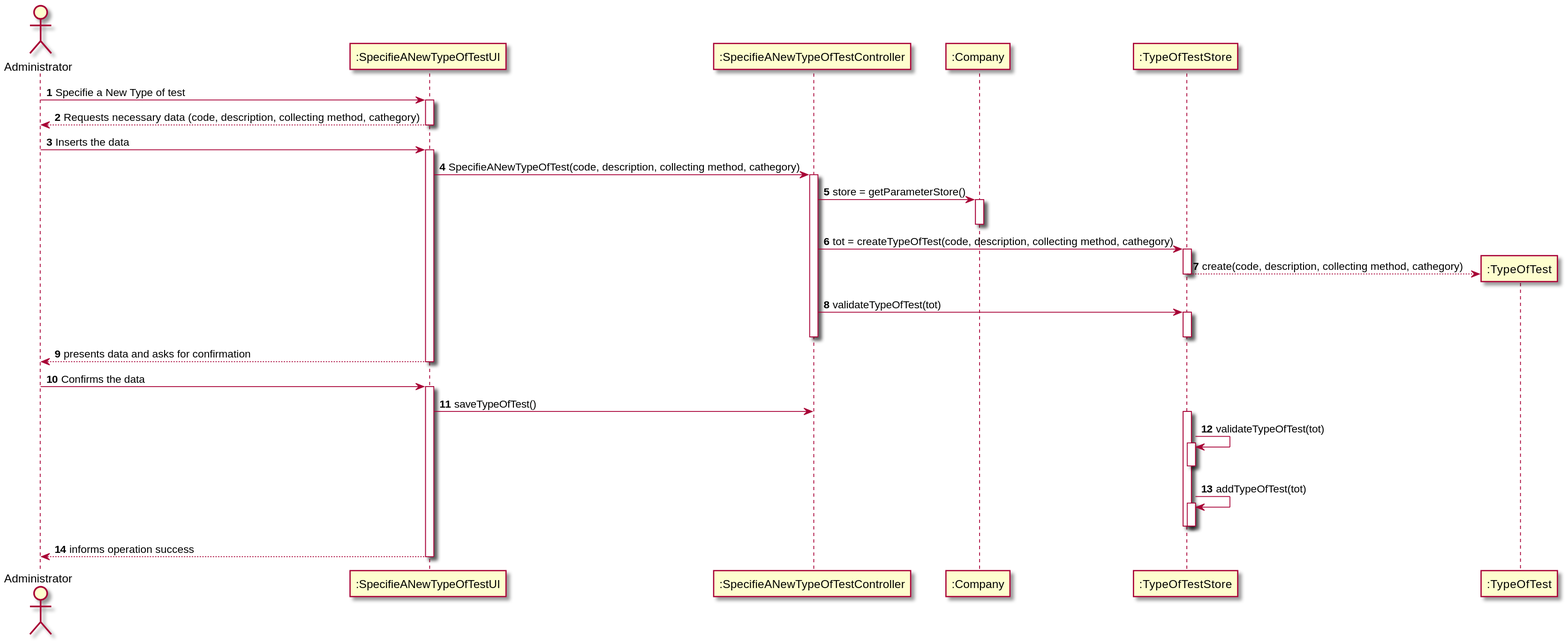
The PlantUML diagram docs/SprintC/US9/UC9_SD.svg in GuilhermeCunha79/lapr2, before a commit. Its diagram source:
```plantuml
@startuml

autonumber
actor "Administrator" as ADMIN

participant ":SpecifieANewTypeOfTestUI" as UI
participant ":SpecifieANewTypeOfTestController" as CTRL
participant ":Company" as COMP
participant ":TypeOfTestStore" as TOTS
participant ":TypeOfTest" as TOT

ADMIN -> UI : Specifie a New Type of test
activate UI
    UI --> ADMIN : Requests necessary data (code, description, collecting method, cathegory)
deactivate UI
ADMIN -> UI : Inserts the data
activate UI
    UI -> CTRL : SpecifieANewTypeOfTest(code, description, collecting method, cathegory)
    activate CTRL
        CTRL -> COMP : store = getParameterStore()
        activate COMP
        deactivate COMP
        CTRL -> TOTS : tot = createTypeOfTest(code, description, collecting method, cathegory)
                activate TOTS
                    TOTS --> TOT** : create(code, description, collecting method, cathegory)
                deactivate TOTS
                CTRL -> TOTS : validateTypeOfTest(tot)
                activate TOTS
                deactivate TOTS

    deactivate CTRL
    UI --> ADMIN : presents data and asks for confirmation
deactivate UI

ADMIN -> UI : Confirms the data
activate UI
    UI -> CTRL : saveTypeOfTest()
activate TOTS
            TOTS -> TOTS : validateTypeOfTest(tot)
            activate TOTS
            deactivate TOTS
            TOTS -> TOTS : addTypeOfTest(tot)
            activate TOTS
            deactivate TOTS
        deactivate TOTS
    deactivate CTRL
    UI --> ADMIN : informs operation success
deactivate UI


@enduml
```
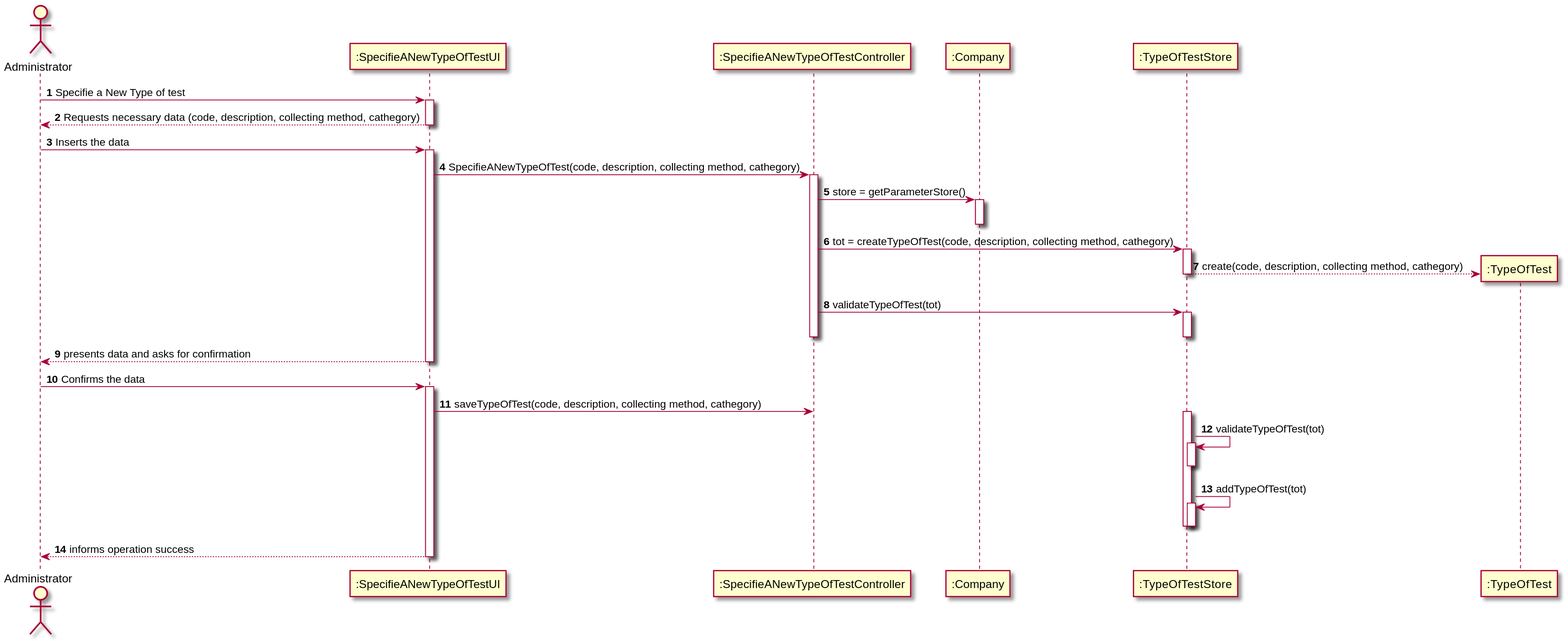
After the commit.

Commit message:
[US9] Restructuring SD diagram

The edit, as a diff of the source:
```diff
@@ -27,14 +27,13 @@
                 CTRL -> TOTS : validateTypeOfTest(tot)
                 activate TOTS
                 deactivate TOTS
-
     deactivate CTRL
     UI --> ADMIN : presents data and asks for confirmation
 deactivate UI
 
 ADMIN -> UI : Confirms the data
 activate UI
-    UI -> CTRL : saveTypeOfTest()
+    UI -> CTRL : saveTypeOfTest(code, description, collecting method, cathegory)
 activate TOTS
             TOTS -> TOTS : validateTypeOfTest(tot)
             activate TOTS
```
